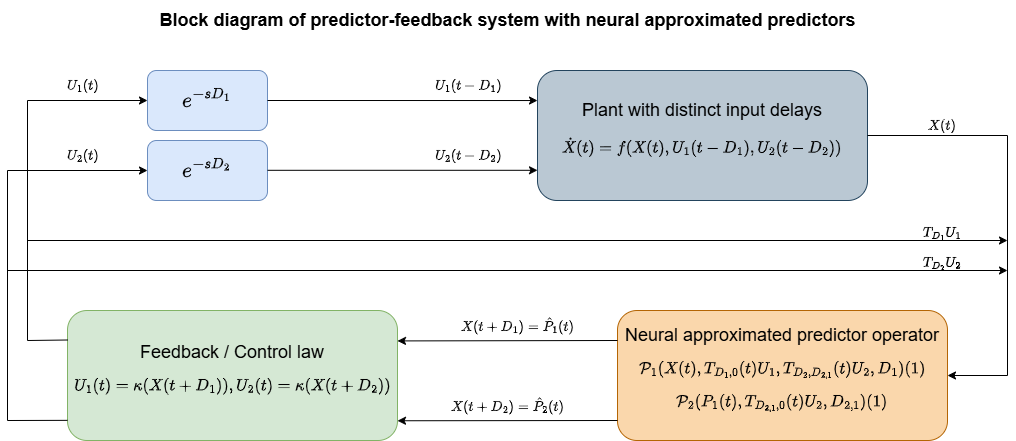
FilipBajraktari/Multi-Input-Predictor-Feedback-Control keeps this draw.io diagram as media/Multi-Input-Predictor-Feedback.png. Above is the earlier version. Source tidied: cells renumbered, new cells last; positions are measured from the earlier drawing's top-left corner, leaving out a move shared by most shapes.
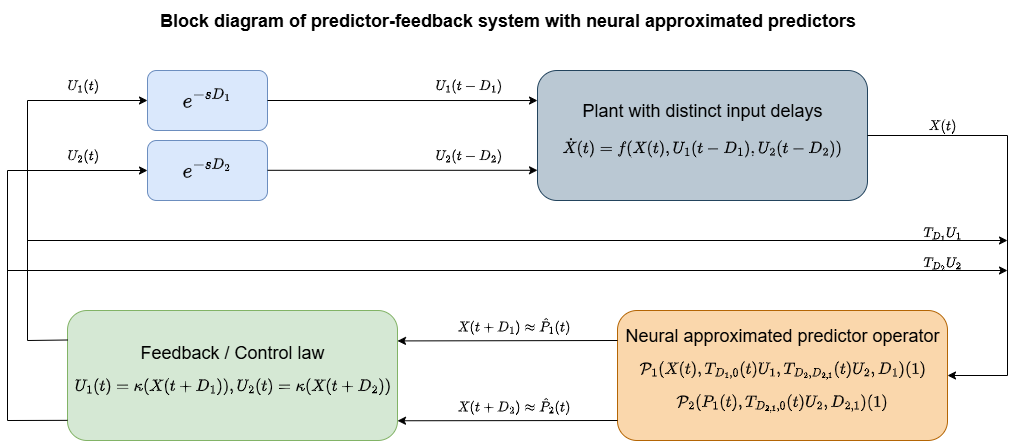
After the commit.

Commit message:
Update block diagram

What changed in the source:
```diff
@@ -38,11 +38,11 @@
         <mxPoint x="390" y="340.4" as="targetPoint" />
       </mxGeometry>
     </mxCell>
-    <mxCell id="11" value="&lt;span style=&quot;text-wrap-mode: wrap;&quot;&gt;&lt;font&gt;$$X(t+D_1)=\hat{P}_1(t)$$&lt;/font&gt;&lt;/span&gt;" style="text;html=1;align=center;verticalAlign=middle;strokeColor=none;fillColor=none;" parent="1" vertex="1">
-      <mxGeometry x="425" y="310" width="170" height="30" as="geometry" />
+    <mxCell id="11" value="&lt;span style=&quot;text-wrap-mode: wrap;&quot;&gt;&lt;font&gt;$$X(t+D_1)\approx\hat{P}_1(t)$$&lt;/font&gt;&lt;/span&gt;" style="text;html=1;align=center;verticalAlign=middle;strokeColor=none;fillColor=none;" parent="1" vertex="1">
+      <mxGeometry x="406" y="310" width="200" height="30" as="geometry" />
     </mxCell>
-    <mxCell id="12" value="&lt;span style=&quot;text-wrap-mode: wrap;&quot;&gt;&lt;font&gt;$$X(t+D_2)=\hat{P}_2(t)$$&lt;/font&gt;&lt;/span&gt;" style="text;html=1;align=center;verticalAlign=middle;strokeColor=none;fillColor=none;" parent="1" vertex="1">
-      <mxGeometry x="415" y="390" width="170" height="30" as="geometry" />
+    <mxCell id="12" value="&lt;span style=&quot;text-wrap-mode: wrap;&quot;&gt;&lt;font&gt;$$X(t+D_2)\approx\hat{P}_2(t)$$&lt;/font&gt;&lt;/span&gt;" style="text;html=1;align=center;verticalAlign=middle;strokeColor=none;fillColor=none;" parent="1" vertex="1">
+      <mxGeometry x="406" y="390" width="200" height="30" as="geometry" />
     </mxCell>
     <mxCell id="13" style="endArrow=classic;html=1;rounded=0;exitX=1;exitY=0.5;exitDx=0;exitDy=0;entryX=1;entryY=0.5;entryDx=0;entryDy=0;" parent="1" edge="1" source="4" target="7">
       <mxGeometry relative="1" as="geometry">
```
